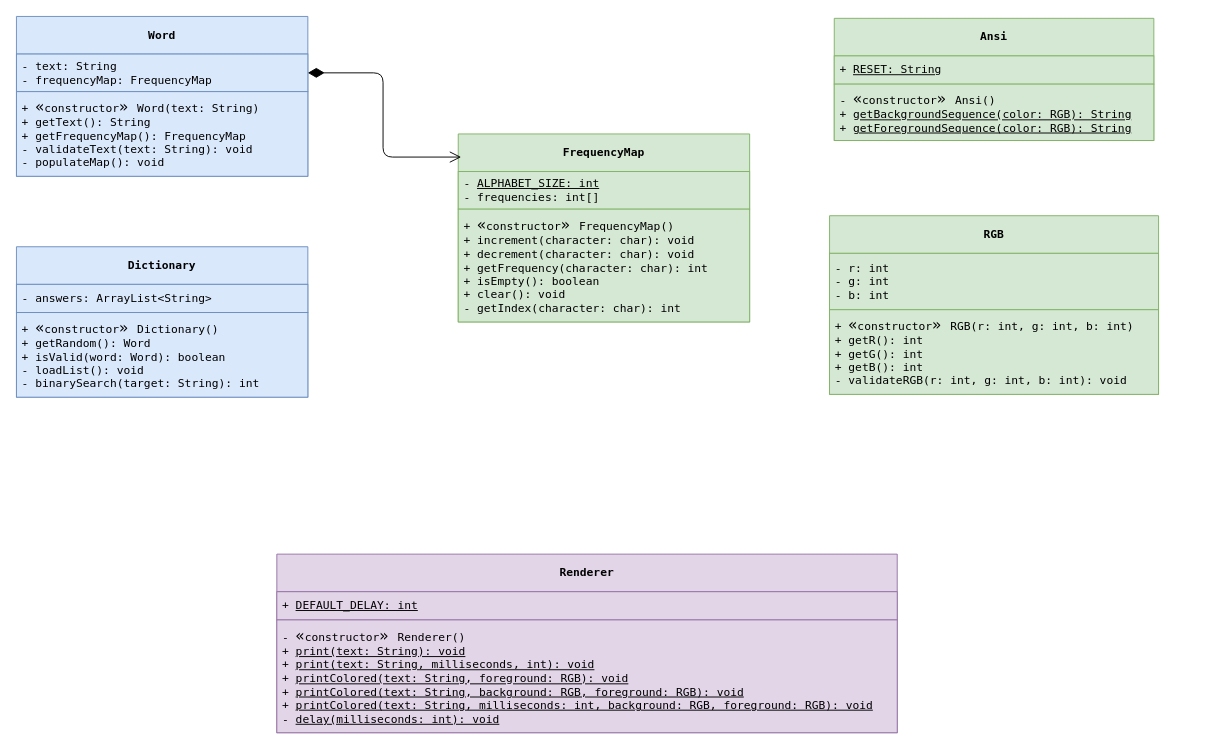
actuallyhollow/basic-wordle-java keeps this draw.io diagram as assets/class-diagram.drawio. Above is the earlier version. Source tidied: cells renumbered, new cells numbered last; positions are measured from the earlier drawing's top-left corner, leaving out a move shared by most shapes. Both pictures are drawn from the tidied source at 94%, with x=0, y=0 at pixel (16, 16).
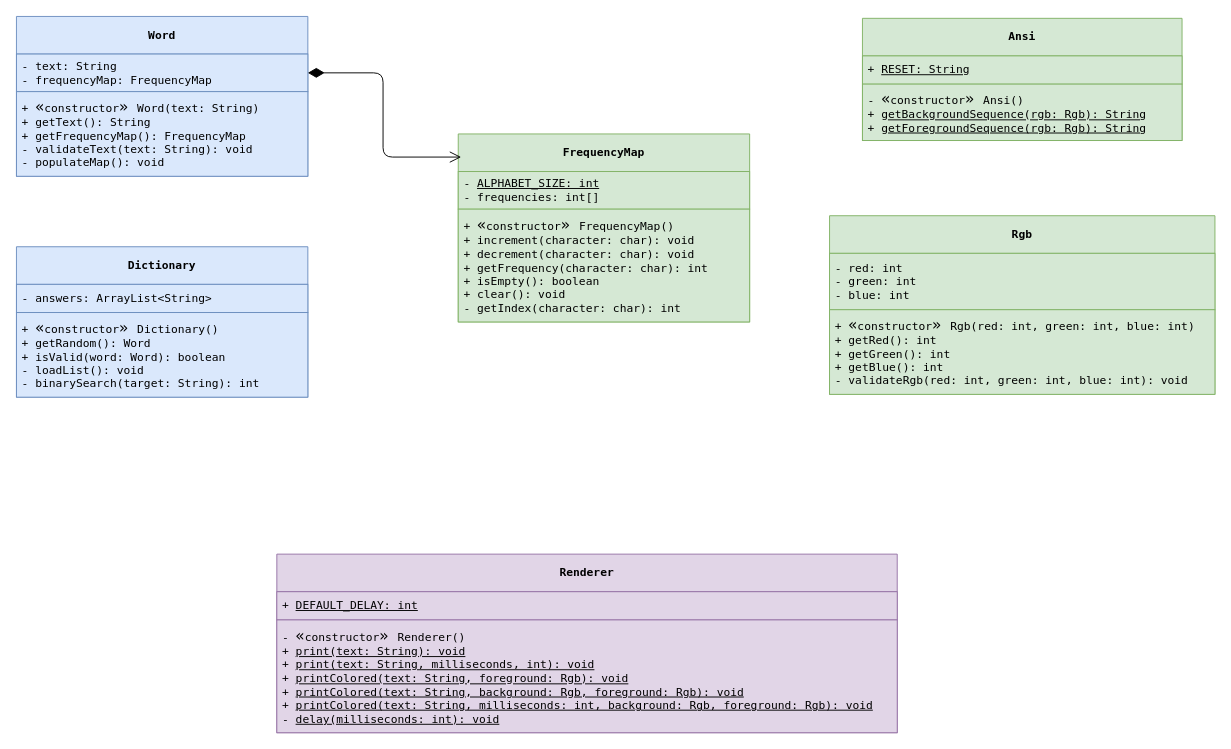
The same diagram, later.

Unchanged cells that the change refers to:
```xml
<mxCell id="18" value="&lt;div&gt;&lt;span style=&quot;background-color: transparent;&quot;&gt;&lt;font style=&quot;&quot; face=&quot;Menlo, Monaco, 'Courier New', monospace&quot;&gt;Renderer&lt;/font&gt;&lt;/span&gt;&lt;/div&gt;" style="swimlane;fontStyle=1;align=center;verticalAlign=middle;horizontal=1;startSize=40;whiteSpace=wrap;html=1;fillColor=#e1d5e7;strokeColor=#9673a6;" parent="1" vertex="1">
  <mxGeometry x="277" y="572" width="660" height="190" as="geometry" />
</mxCell>
```

The edit, as a diff of the source:
```diff
@@
-    <mxCell id="12" value="&lt;div&gt;&lt;span style=&quot;background-color: transparent;&quot;&gt;&lt;font face=&quot;Menlo, Monaco, 'Courier New', monospace&quot; style=&quot;&quot;&gt;RGB&lt;/font&gt;&lt;/span&gt;&lt;/div&gt;" style="swimlane;fontStyle=1;align=center;verticalAlign=middle;horizontal=1;startSize=40;whiteSpace=wrap;html=1;fillColor=#d5e8d4;strokeColor=#82b366;fontColor=light-dark(#000000,#FFFFFF);" parent="1" vertex="1">
-      <mxGeometry x="865" y="212" width="350" height="190" as="geometry" />
+    <mxCell id="12" value="&lt;div&gt;&lt;span style=&quot;background-color: transparent;&quot;&gt;&lt;font face=&quot;Menlo, Monaco, 'Courier New', monospace&quot; style=&quot;&quot;&gt;Rgb&lt;/font&gt;&lt;/span&gt;&lt;/div&gt;" style="swimlane;fontStyle=1;align=center;verticalAlign=middle;horizontal=1;startSize=40;whiteSpace=wrap;html=1;fillColor=#d5e8d4;strokeColor=#82b366;fontColor=light-dark(#000000,#FFFFFF);" parent="1" vertex="1">
+      <mxGeometry x="865" y="212" width="410" height="190" as="geometry" />
     </mxCell>
-    <mxCell id="13" value="&lt;div&gt;&lt;font face=&quot;Menlo, Monaco, 'Courier New', monospace&quot;&gt;- r: int&lt;/font&gt;&lt;/div&gt;&lt;div&gt;&lt;font face=&quot;Menlo, Monaco, 'Courier New', monospace&quot;&gt;- g: int&lt;/font&gt;&lt;/div&gt;&lt;div&gt;&lt;font face=&quot;Menlo, Monaco, 'Courier New', monospace&quot;&gt;- b: int&lt;/font&gt;&lt;/div&gt;" style="text;align=left;verticalAlign=middle;spacingLeft=4;spacingRight=4;overflow=hidden;whiteSpace=wrap;html=1;fillColor=#d5e8d4;strokeColor=#82b366;" parent="12" vertex="1">
-      <mxGeometry y="40" width="350" height="60" as="geometry" />
+    <mxCell id="13" value="&lt;div&gt;&lt;font face=&quot;Menlo, Monaco, 'Courier New', monospace&quot;&gt;- red: int&lt;/font&gt;&lt;/div&gt;&lt;div&gt;&lt;font face=&quot;Menlo, Monaco, 'Courier New', monospace&quot;&gt;- green: int&lt;/font&gt;&lt;/div&gt;&lt;div&gt;&lt;font face=&quot;Menlo, Monaco, 'Courier New', monospace&quot;&gt;- blue: int&lt;/font&gt;&lt;/div&gt;" style="text;align=left;verticalAlign=middle;spacingLeft=4;spacingRight=4;overflow=hidden;whiteSpace=wrap;html=1;fillColor=#d5e8d4;strokeColor=#82b366;" parent="12" vertex="1">
+      <mxGeometry y="40" width="410" height="60" as="geometry" />
     </mxCell>
-    <mxCell id="14" value="&lt;div&gt;+&amp;nbsp;&lt;span style=&quot;background-color: transparent; scrollbar-color: rgb(75, 75, 75) rgb(27, 29, 30); font-size: medium; caret-color: rgb(0, 0, 0);&quot;&gt;«&lt;/span&gt;&lt;span style=&quot;background-color: transparent; scrollbar-color: rgb(75, 75, 75) rgb(27, 29, 30); text-align: center;&quot;&gt;constructor&lt;/span&gt;&lt;span style=&quot;background-color: transparent; scrollbar-color: rgb(75, 75, 75) rgb(27, 29, 30); font-size: medium; caret-color: rgb(0, 0, 0);&quot;&gt;&lt;font face=&quot;Menlo, Monaco, 'Courier New', monospace&quot;&gt;»&amp;nbsp;&lt;/font&gt;&lt;/span&gt;&lt;span style=&quot;background-color: transparent;&quot;&gt;RGB(r: int, g: int, b: int)&lt;/span&gt;&lt;/div&gt;&lt;div&gt;&lt;span style=&quot;background-color: transparent;&quot;&gt;+ getR(): int&lt;/span&gt;&lt;/div&gt;&lt;div&gt;&lt;div style=&quot;scrollbar-color: rgb(75, 75, 75) rgb(27, 29, 30);&quot;&gt;&lt;span style=&quot;scrollbar-color: rgb(75, 75, 75) rgb(27, 29, 30); background-color: transparent;&quot;&gt;+ getG(): int&lt;/span&gt;&lt;/div&gt;&lt;div style=&quot;scrollbar-color: rgb(75, 75, 75) rgb(27, 29, 30);&quot;&gt;&lt;span style=&quot;scrollbar-color: rgb(75, 75, 75) rgb(27, 29, 30);&quot;&gt;&lt;/span&gt;&lt;/div&gt;&lt;/div&gt;&lt;div style=&quot;scrollbar-color: rgb(75, 75, 75) rgb(27, 29, 30);&quot;&gt;&lt;span style=&quot;scrollbar-color: rgb(75, 75, 75) rgb(27, 29, 30);&quot;&gt;&lt;div style=&quot;scrollbar-color: rgb(75, 75, 75) rgb(27, 29, 30);&quot;&gt;&lt;span style=&quot;background-color: transparent;&quot;&gt;+ getB(&lt;/span&gt;&lt;span style=&quot;background-color: transparent;&quot;&gt;): int&lt;/span&gt;&lt;/div&gt;&lt;div style=&quot;scrollbar-color: rgb(75, 75, 75) rgb(27, 29, 30);&quot;&gt;&lt;span style=&quot;scrollbar-color: rgb(75, 75, 75) rgb(27, 29, 30);&quot;&gt;&lt;div style=&quot;scrollbar-color: rgb(75, 75, 75) rgb(27, 29, 30);&quot;&gt;&lt;/div&gt;&lt;/span&gt;&lt;/div&gt;&lt;div style=&quot;scrollbar-color: rgb(75, 75, 75) rgb(27, 29, 30);&quot;&gt;&lt;/div&gt;&lt;/span&gt;&lt;/div&gt;&lt;div&gt;&lt;span style=&quot;background-color: transparent; scrollbar-color: rgb(75, 75, 75) rgb(27, 29, 30);&quot;&gt;- validateRGB(&lt;/span&gt;&lt;span style=&quot;&quot;&gt;r: int, g: int, b: int&lt;/span&gt;&lt;span style=&quot;background-color: transparent;&quot;&gt;): void&lt;/span&gt;&lt;/div&gt;" style="text;align=left;verticalAlign=middle;spacingLeft=4;spacingRight=4;overflow=hidden;whiteSpace=wrap;html=1;fontFamily=Menlo, Monaco, 'Courier New', monospace;fillColor=#d5e8d4;strokeColor=#82b366;fontColor=default;" parent="12" vertex="1">
-      <mxGeometry y="100" width="350" height="90" as="geometry" />
+    <mxCell id="14" value="&lt;div&gt;+&amp;nbsp;&lt;span style=&quot;background-color: transparent; scrollbar-color: rgb(75, 75, 75) rgb(27, 29, 30); font-size: medium; caret-color: rgb(0, 0, 0);&quot;&gt;«&lt;/span&gt;&lt;span style=&quot;background-color: transparent; scrollbar-color: rgb(75, 75, 75) rgb(27, 29, 30); text-align: center;&quot;&gt;constructor&lt;/span&gt;&lt;span style=&quot;background-color: transparent; scrollbar-color: rgb(75, 75, 75) rgb(27, 29, 30); font-size: medium; caret-color: rgb(0, 0, 0);&quot;&gt;&lt;font face=&quot;Menlo, Monaco, 'Courier New', monospace&quot;&gt;»&amp;nbsp;&lt;/font&gt;&lt;/span&gt;&lt;span style=&quot;background-color: transparent;&quot;&gt;Rgb(red: int, green: int, blue: int)&lt;/span&gt;&lt;/div&gt;&lt;div&gt;&lt;span style=&quot;background-color: transparent;&quot;&gt;+ getRed(): int&lt;/span&gt;&lt;/div&gt;&lt;div&gt;&lt;div style=&quot;scrollbar-color: rgb(75, 75, 75) rgb(27, 29, 30);&quot;&gt;&lt;span style=&quot;scrollbar-color: rgb(75, 75, 75) rgb(27, 29, 30); background-color: transparent;&quot;&gt;+ getGreen(): int&lt;/span&gt;&lt;/div&gt;&lt;div style=&quot;scrollbar-color: rgb(75, 75, 75) rgb(27, 29, 30);&quot;&gt;&lt;span style=&quot;scrollbar-color: rgb(75, 75, 75) rgb(27, 29, 30);&quot;&gt;&lt;/span&gt;&lt;/div&gt;&lt;/div&gt;&lt;div style=&quot;scrollbar-color: rgb(75, 75, 75) rgb(27, 29, 30);&quot;&gt;&lt;span style=&quot;scrollbar-color: rgb(75, 75, 75) rgb(27, 29, 30);&quot;&gt;&lt;div style=&quot;scrollbar-color: rgb(75, 75, 75) rgb(27, 29, 30);&quot;&gt;&lt;span style=&quot;background-color: transparent;&quot;&gt;+ getBlue(&lt;/span&gt;&lt;span style=&quot;background-color: transparent;&quot;&gt;): int&lt;/span&gt;&lt;/div&gt;&lt;div style=&quot;scrollbar-color: rgb(75, 75, 75) rgb(27, 29, 30);&quot;&gt;&lt;span style=&quot;scrollbar-color: rgb(75, 75, 75) rgb(27, 29, 30);&quot;&gt;&lt;div style=&quot;scrollbar-color: rgb(75, 75, 75) rgb(27, 29, 30);&quot;&gt;&lt;/div&gt;&lt;/span&gt;&lt;/div&gt;&lt;div style=&quot;scrollbar-color: rgb(75, 75, 75) rgb(27, 29, 30);&quot;&gt;&lt;/div&gt;&lt;/span&gt;&lt;/div&gt;&lt;div&gt;&lt;span style=&quot;background-color: transparent; scrollbar-color: rgb(75, 75, 75) rgb(27, 29, 30);&quot;&gt;- validateRgb(&lt;/span&gt;&lt;span style=&quot;&quot;&gt;red: int, green: int, blue: int&lt;/span&gt;&lt;span style=&quot;background-color: transparent;&quot;&gt;): void&lt;/span&gt;&lt;/div&gt;" style="text;align=left;verticalAlign=middle;spacingLeft=4;spacingRight=4;overflow=hidden;whiteSpace=wrap;html=1;fontFamily=Menlo, Monaco, 'Courier New', monospace;fillColor=#d5e8d4;strokeColor=#82b366;fontColor=default;" parent="12" vertex="1">
+      <mxGeometry y="100" width="410" height="90" as="geometry" />
     </mxCell>
     <mxCell id="15" value="&lt;div&gt;&lt;span style=&quot;background-color: transparent;&quot;&gt;&lt;font style=&quot;&quot; face=&quot;Menlo, Monaco, 'Courier New', monospace&quot;&gt;Ansi&lt;/font&gt;&lt;/span&gt;&lt;/div&gt;" style="swimlane;fontStyle=1;align=center;verticalAlign=middle;horizontal=1;startSize=40;whiteSpace=wrap;html=1;fillColor=#d5e8d4;strokeColor=#82b366;fontColor=light-dark(#000000,#FFFFFF);" parent="1" vertex="1">
-      <mxGeometry x="870" y="2" width="340" height="130" as="geometry" />
+      <mxGeometry x="900" y="2" width="340" height="130" as="geometry" />
     </mxCell>
@@
-    <mxCell id="17" value="&lt;div&gt;-&amp;nbsp;&lt;span style=&quot;background-color: transparent; scrollbar-color: rgb(75, 75, 75) rgb(27, 29, 30); font-size: medium; caret-color: rgb(0, 0, 0);&quot;&gt;«&lt;/span&gt;&lt;span style=&quot;background-color: transparent; scrollbar-color: rgb(75, 75, 75) rgb(27, 29, 30); text-align: center;&quot;&gt;constructor&lt;/span&gt;&lt;span style=&quot;background-color: transparent; scrollbar-color: rgb(75, 75, 75) rgb(27, 29, 30); font-size: medium; caret-color: rgb(0, 0, 0);&quot;&gt;&lt;font face=&quot;Menlo, Monaco, 'Courier New', monospace&quot;&gt;»&amp;nbsp;&lt;/font&gt;&lt;/span&gt;&lt;span style=&quot;background-color: transparent;&quot;&gt;Ansi()&lt;/span&gt;&lt;/div&gt;&lt;div&gt;&lt;span style=&quot;background-color: transparent;&quot;&gt;+ &lt;u&gt;getBackgroundSequence(color: RGB): String&lt;/u&gt;&lt;/span&gt;&lt;/div&gt;&lt;div&gt;&lt;div style=&quot;scrollbar-color: rgb(75, 75, 75) rgb(27, 29, 30);&quot;&gt;&lt;div style=&quot;scrollbar-color: rgb(75, 75, 75) rgb(27, 29, 30);&quot;&gt;&lt;span style=&quot;scrollbar-color: rgb(75, 75, 75) rgb(27, 29, 30); background-color: transparent;&quot;&gt;+ &lt;u&gt;getForegroundSequence(color: RGB): String&lt;/u&gt;&lt;/span&gt;&lt;/div&gt;&lt;div style=&quot;scrollbar-color: rgb(75, 75, 75) rgb(27, 29, 30);&quot;&gt;&lt;/div&gt;&lt;/div&gt;&lt;/div&gt;" style="text;align=left;verticalAlign=middle;spacingLeft=4;spacingRight=4;overflow=hidden;whiteSpace=wrap;html=1;fontFamily=Menlo, Monaco, 'Courier New', monospace;fillColor=#d5e8d4;strokeColor=#82b366;fontColor=light-dark(#000000,#FFFFFF);" parent="15" vertex="1">
+    <mxCell id="17" value="&lt;div&gt;-&amp;nbsp;&lt;span style=&quot;background-color: transparent; scrollbar-color: rgb(75, 75, 75) rgb(27, 29, 30); font-size: medium; caret-color: rgb(0, 0, 0);&quot;&gt;«&lt;/span&gt;&lt;span style=&quot;background-color: transparent; scrollbar-color: rgb(75, 75, 75) rgb(27, 29, 30); text-align: center;&quot;&gt;constructor&lt;/span&gt;&lt;span style=&quot;background-color: transparent; scrollbar-color: rgb(75, 75, 75) rgb(27, 29, 30); font-size: medium; caret-color: rgb(0, 0, 0);&quot;&gt;&lt;font face=&quot;Menlo, Monaco, 'Courier New', monospace&quot;&gt;»&amp;nbsp;&lt;/font&gt;&lt;/span&gt;&lt;span style=&quot;background-color: transparent;&quot;&gt;Ansi()&lt;/span&gt;&lt;/div&gt;&lt;div&gt;&lt;span style=&quot;background-color: transparent;&quot;&gt;+ &lt;u&gt;getBackgroundSequence(rgb: Rgb): String&lt;/u&gt;&lt;/span&gt;&lt;/div&gt;&lt;div&gt;&lt;div style=&quot;scrollbar-color: rgb(75, 75, 75) rgb(27, 29, 30);&quot;&gt;&lt;div style=&quot;scrollbar-color: rgb(75, 75, 75) rgb(27, 29, 30);&quot;&gt;&lt;span style=&quot;scrollbar-color: rgb(75, 75, 75) rgb(27, 29, 30); background-color: transparent;&quot;&gt;+ &lt;u&gt;getForegroundSequence(rgb: Rgb): String&lt;/u&gt;&lt;/span&gt;&lt;/div&gt;&lt;div style=&quot;scrollbar-color: rgb(75, 75, 75) rgb(27, 29, 30);&quot;&gt;&lt;/div&gt;&lt;/div&gt;&lt;/div&gt;" style="text;align=left;verticalAlign=middle;spacingLeft=4;spacingRight=4;overflow=hidden;whiteSpace=wrap;html=1;fontFamily=Menlo, Monaco, 'Courier New', monospace;fillColor=#d5e8d4;strokeColor=#82b366;fontColor=light-dark(#000000,#FFFFFF);" parent="15" vertex="1">
       <mxGeometry y="70" width="340" height="60" as="geometry" />
     </mxCell>
@@
-    <mxCell id="20" value="&lt;div&gt;-&amp;nbsp;&lt;span style=&quot;background-color: transparent; scrollbar-color: rgb(75, 75, 75) rgb(27, 29, 30); font-size: medium; caret-color: rgb(0, 0, 0);&quot;&gt;«&lt;/span&gt;&lt;span style=&quot;background-color: transparent; scrollbar-color: rgb(75, 75, 75) rgb(27, 29, 30); text-align: center;&quot;&gt;constructor&lt;/span&gt;&lt;span style=&quot;background-color: transparent; scrollbar-color: rgb(75, 75, 75) rgb(27, 29, 30); font-size: medium; caret-color: rgb(0, 0, 0);&quot;&gt;&lt;font face=&quot;Menlo, Monaco, 'Courier New', monospace&quot;&gt;»&amp;nbsp;&lt;/font&gt;&lt;/span&gt;&lt;span style=&quot;background-color: transparent;&quot;&gt;Renderer()&lt;/span&gt;&lt;/div&gt;&lt;div&gt;&lt;span style=&quot;background-color: transparent;&quot;&gt;+ &lt;u&gt;print(text: String): void&lt;/u&gt;&lt;/span&gt;&lt;/div&gt;&lt;div&gt;&lt;span style=&quot;background-color: transparent;&quot;&gt;+ &lt;u&gt;print(text: String, milliseconds, int): void&lt;/u&gt;&lt;/span&gt;&lt;/div&gt;&lt;div&gt;&lt;span style=&quot;background-color: transparent;&quot;&gt;+ &lt;u&gt;printColored(text: String, foreground: RGB): void&lt;/u&gt;&lt;/span&gt;&lt;/div&gt;&lt;div&gt;&lt;span style=&quot;background-color: transparent;&quot;&gt;+ &lt;u&gt;printColored(text: String, background: RGB, foreground: RGB): void&lt;/u&gt;&lt;/span&gt;&lt;/div&gt;&lt;div&gt;&lt;span style=&quot;background-color: transparent;&quot;&gt;+ &lt;u&gt;printColored(text: String, milliseconds: int, background: RGB, foreground: RGB): void&lt;/u&gt;&lt;/span&gt;&lt;/div&gt;&lt;div&gt;- &lt;u&gt;delay(milliseconds: int): void&lt;/u&gt;&lt;/div&gt;&lt;div&gt;&lt;div style=&quot;scrollbar-color: rgb(75, 75, 75) rgb(27, 29, 30);&quot;&gt;&lt;div style=&quot;scrollbar-color: rgb(75, 75, 75) rgb(27, 29, 30);&quot;&gt;&lt;/div&gt;&lt;/div&gt;&lt;/div&gt;" style="text;align=left;verticalAlign=middle;spacingLeft=4;spacingRight=4;overflow=hidden;whiteSpace=wrap;html=1;fontFamily=Menlo, Monaco, 'Courier New', monospace;fillColor=#e1d5e7;strokeColor=#9673a6;" parent="18" vertex="1">
+    <mxCell id="20" value="&lt;div&gt;-&amp;nbsp;&lt;span style=&quot;background-color: transparent; scrollbar-color: rgb(75, 75, 75) rgb(27, 29, 30); font-size: medium; caret-color: rgb(0, 0, 0);&quot;&gt;«&lt;/span&gt;&lt;span style=&quot;background-color: transparent; scrollbar-color: rgb(75, 75, 75) rgb(27, 29, 30); text-align: center;&quot;&gt;constructor&lt;/span&gt;&lt;span style=&quot;background-color: transparent; scrollbar-color: rgb(75, 75, 75) rgb(27, 29, 30); font-size: medium; caret-color: rgb(0, 0, 0);&quot;&gt;&lt;font face=&quot;Menlo, Monaco, 'Courier New', monospace&quot;&gt;»&amp;nbsp;&lt;/font&gt;&lt;/span&gt;&lt;span style=&quot;background-color: transparent;&quot;&gt;Renderer()&lt;/span&gt;&lt;/div&gt;&lt;div&gt;&lt;span style=&quot;background-color: transparent;&quot;&gt;+ &lt;u&gt;print(text: String): void&lt;/u&gt;&lt;/span&gt;&lt;/div&gt;&lt;div&gt;&lt;span style=&quot;background-color: transparent;&quot;&gt;+ &lt;u&gt;print(text: String, milliseconds, int): void&lt;/u&gt;&lt;/span&gt;&lt;/div&gt;&lt;div&gt;&lt;span style=&quot;background-color: transparent;&quot;&gt;+ &lt;u&gt;printColored(text: String, foreground: Rgb): void&lt;/u&gt;&lt;/span&gt;&lt;/div&gt;&lt;div&gt;&lt;span style=&quot;background-color: transparent;&quot;&gt;+ &lt;u&gt;printColored(text: String, background: Rgb, foreground: Rgb): void&lt;/u&gt;&lt;/span&gt;&lt;/div&gt;&lt;div&gt;&lt;span style=&quot;background-color: transparent;&quot;&gt;+ &lt;u&gt;printColored(text: String, milliseconds: int, background: Rgb, foreground: Rgb): void&lt;/u&gt;&lt;/span&gt;&lt;/div&gt;&lt;div&gt;- &lt;u&gt;delay(milliseconds: int): void&lt;/u&gt;&lt;/div&gt;&lt;div&gt;&lt;div style=&quot;scrollbar-color: rgb(75, 75, 75) rgb(27, 29, 30);&quot;&gt;&lt;div style=&quot;scrollbar-color: rgb(75, 75, 75) rgb(27, 29, 30);&quot;&gt;&lt;/div&gt;&lt;/div&gt;&lt;/div&gt;" style="text;align=left;verticalAlign=middle;spacingLeft=4;spacingRight=4;overflow=hidden;whiteSpace=wrap;html=1;fontFamily=Menlo, Monaco, 'Courier New', monospace;fillColor=#e1d5e7;strokeColor=#9673a6;" parent="18" vertex="1">
       <mxGeometry y="70" width="660" height="120" as="geometry" />
     </mxCell>
```
